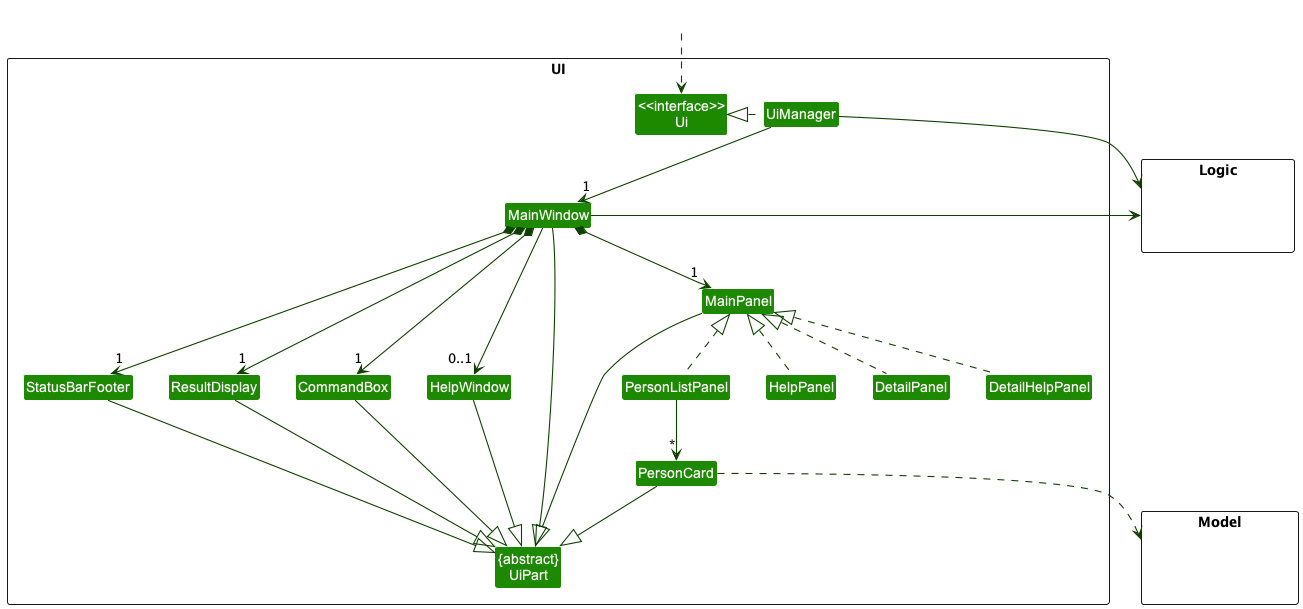
Earlier version of the PlantUML export docs/images/UiClassDiagram.png (nus-cs2103-AY2223S1/tp).
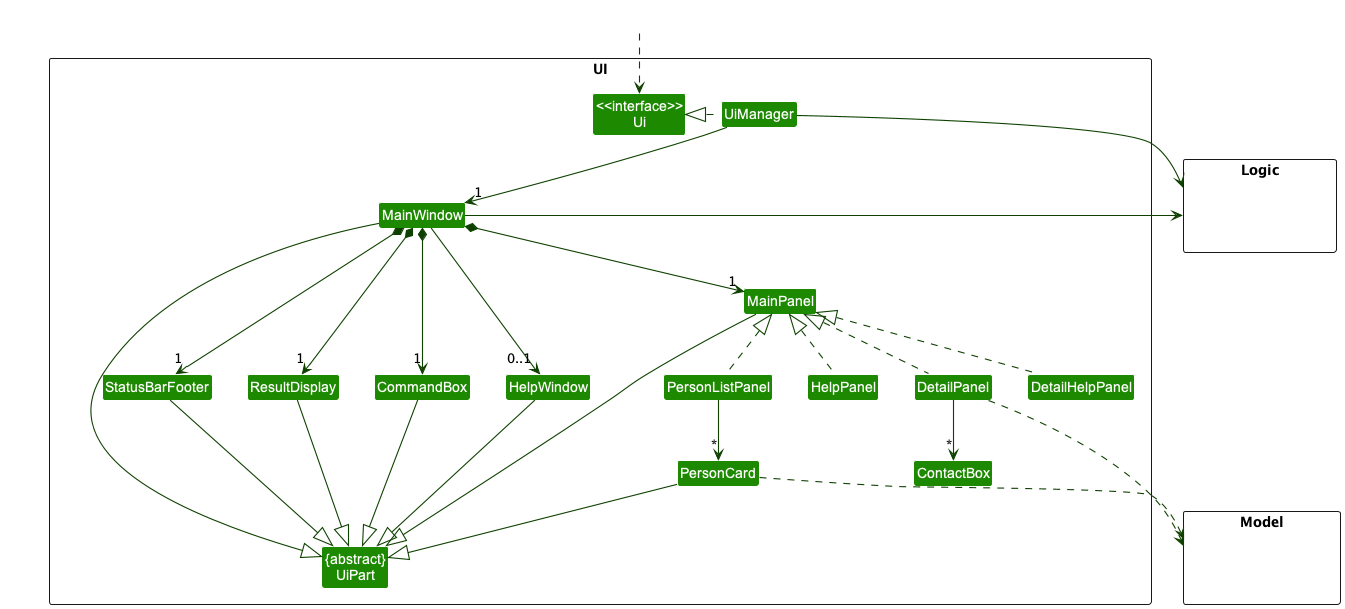
The same diagram one commit later.

Commit message:
Docs: Update UiClassDiagram in DeveloperGuide

Change to the diagram source:
```diff
@@ -20,6 +20,7 @@
 Class PersonListPanel
 Class DetailPanel
 Class DetailHelpPanel
+Class ContactBox
 }
 
 package Model <<Rectangle>> {
@@ -42,6 +43,7 @@
 MainWindow --> "0..1" HelpWindow
 
 PersonListPanel -down-> "*" PersonCard
+DetailPanel -down-> "*" ContactBox
 
 MainWindow -left-|> UiPart
 
@@ -56,6 +58,7 @@
 StatusBarFooter --|> UiPart
 HelpWindow --|> UiPart
 
+DetailPanel ..> Model
 PersonCard ..> Model
 UiManager -right-> Logic
 MainWindow -left-> Logic
```
